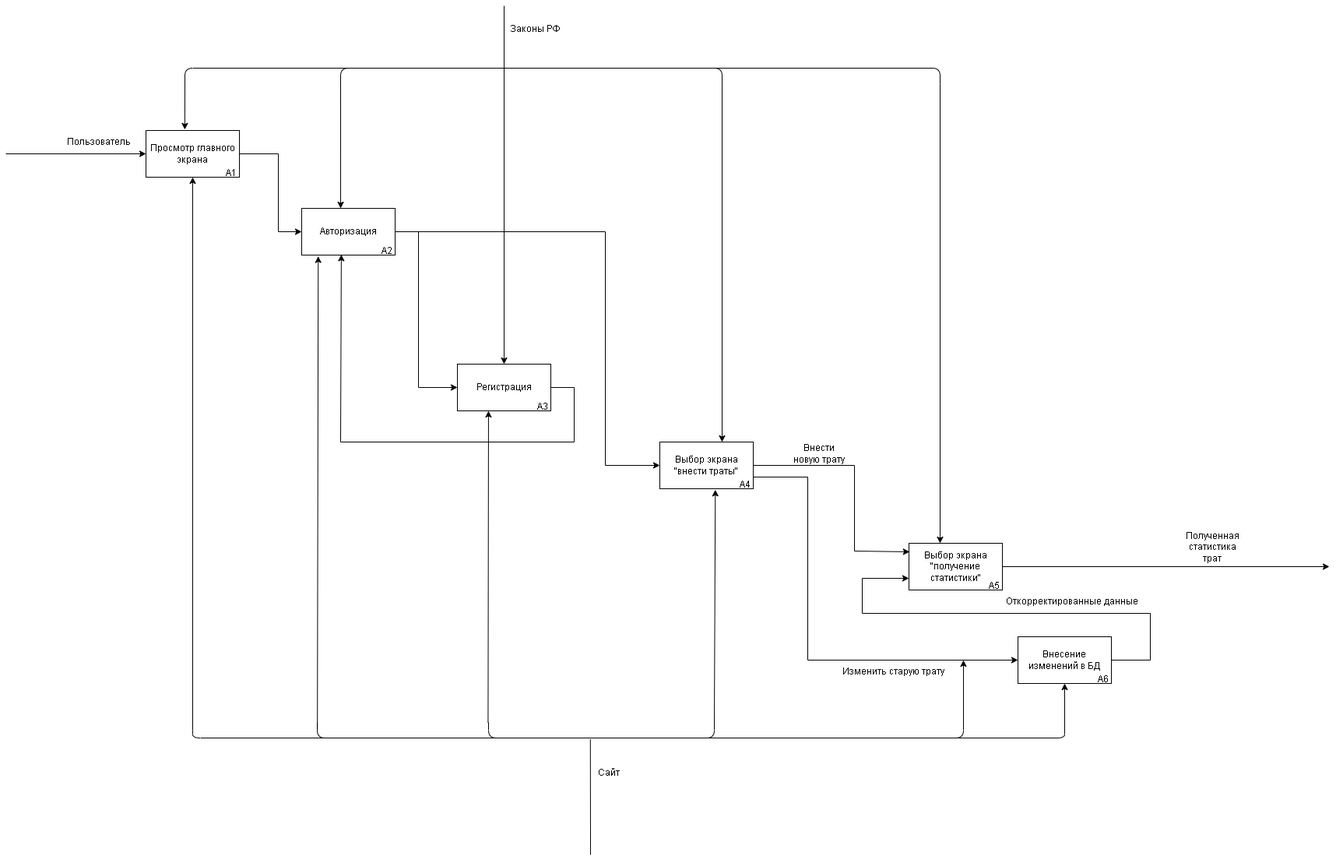
Above: documentation/diagrams/IDEF0_A0_1level.png in money-pie/moneypie (draw.io), before the change. Source tidied: cells renumbered, new cells last; positions are measured from the earlier drawing's top-left corner, leaving out a move shared by most shapes.
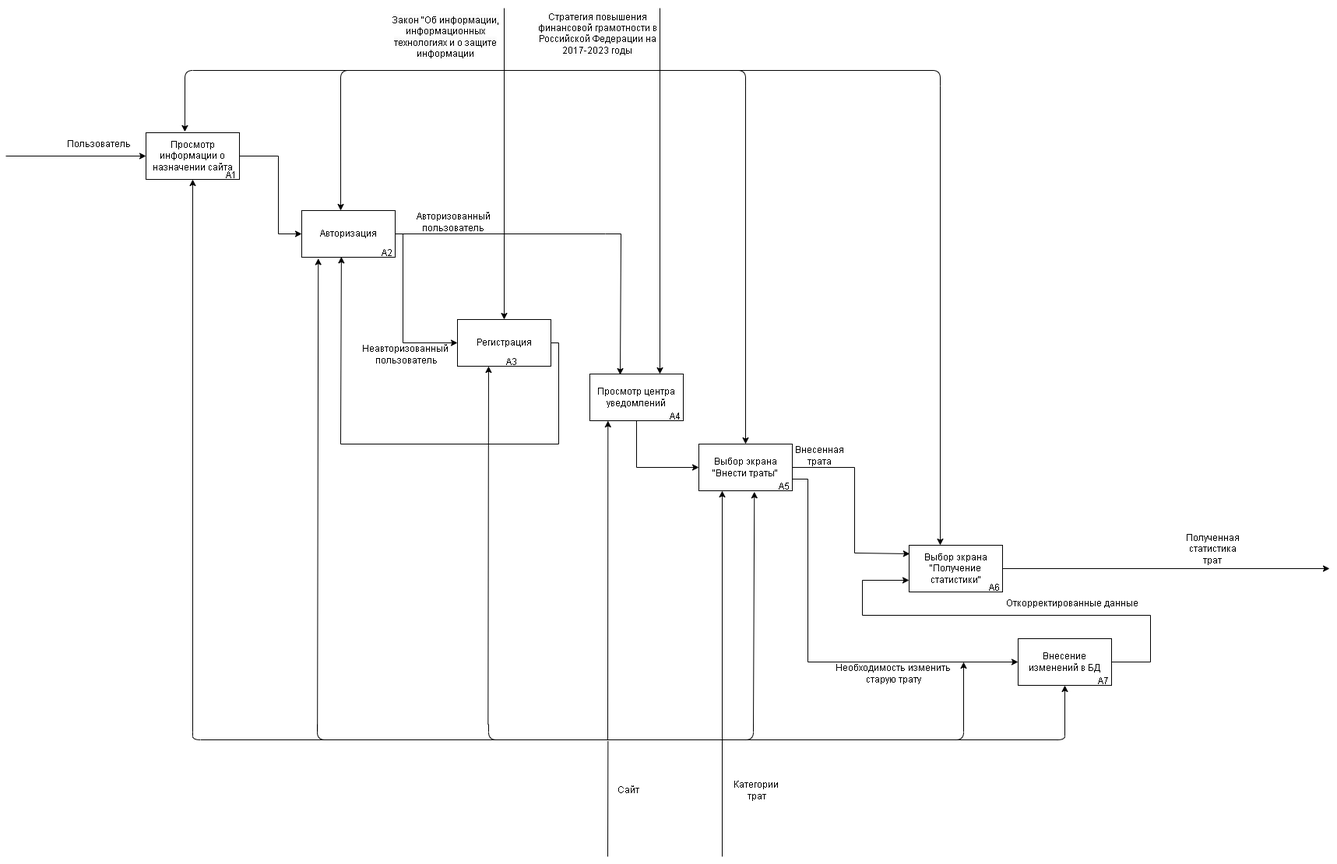
The same diagram one commit later.

Change to the diagram source:
```diff
@@ -2,22 +2,22 @@
   <root>
     <mxCell id="0" />
     <mxCell id="1" parent="0" />
-    <mxCell id="2" value="Просмотр главного экрана" style="rounded=0;whiteSpace=wrap;html=1;" parent="1" vertex="1">
+    <mxCell id="2" value="Просмотр информации о назначении сайта" style="rounded=0;whiteSpace=wrap;html=1;" parent="1" vertex="1">
       <mxGeometry x="180" y="160" width="120" height="60" as="geometry" />
     </mxCell>
     <mxCell id="3" value="Авторизация" style="rounded=0;whiteSpace=wrap;html=1;" parent="1" vertex="1">
       <mxGeometry x="380" y="260" width="120" height="60" as="geometry" />
     </mxCell>
     <mxCell id="4" value="Регистрация" style="rounded=0;whiteSpace=wrap;html=1;" parent="1" vertex="1">
-      <mxGeometry x="580" y="460" width="120" height="60" as="geometry" />
+      <mxGeometry x="580" y="400" width="120" height="60" as="geometry" />
     </mxCell>
-    <mxCell id="5" value="Выбор экрана &quot;внести траты&quot;" style="rounded=0;whiteSpace=wrap;html=1;" parent="1" vertex="1">
-      <mxGeometry x="840" y="560" width="120" height="60" as="geometry" />
+    <mxCell id="5" value="Выбор экрана &quot;Внести траты&quot;" style="rounded=0;whiteSpace=wrap;html=1;" parent="1" vertex="1">
+      <mxGeometry x="890" y="560" width="120" height="60" as="geometry" />
     </mxCell>
     <mxCell id="6" value="Внесение изменений в БД" style="rounded=0;whiteSpace=wrap;html=1;" parent="1" vertex="1">
       <mxGeometry x="1300" y="810" width="120" height="60" as="geometry" />
     </mxCell>
-    <mxCell id="7" value="Выбор экрана &quot;получение статистики&quot;" style="rounded=0;whiteSpace=wrap;html=1;" parent="1" vertex="1">
+    <mxCell id="7" value="Выбор экрана &quot;Получение статистики&quot;" style="rounded=0;whiteSpace=wrap;html=1;" parent="1" vertex="1">
       <mxGeometry x="1160" y="690" width="120" height="60" as="geometry" />
     </mxCell>
     <mxCell id="8" value="Полученная статистика трат" style="text;html=1;strokeColor=none;fillColor=none;align=center;verticalAlign=middle;whiteSpace=wrap;rounded=0;" parent="1" vertex="1">
@@ -42,16 +42,16 @@
     <mxCell id="12" style="endArrow=classic;html=1;rounded=0;exitX=1;exitY=0.5;exitDx=0;exitDy=0;entryX=0;entryY=0.5;entryDx=0;entryDy=0;" parent="1" edge="1" source="3" target="4">
       <mxGeometry relative="1" as="geometry">
         <Array as="points">
-          <mxPoint x="530" y="290" />
-          <mxPoint x="530" y="490" />
+          <mxPoint x="510" y="290" />
+          <mxPoint x="510" y="430" />
         </Array>
       </mxGeometry>
     </mxCell>
-    <mxCell id="13" style="endArrow=classic;html=1;rounded=0;exitX=1;exitY=0.5;exitDx=0;exitDy=0;entryX=0;entryY=0.5;entryDx=0;entryDy=0;" parent="1" edge="1" source="3" target="5">
+    <mxCell id="13" style="endArrow=classic;html=1;rounded=0;exitX=1;exitY=0.5;exitDx=0;exitDy=0;entryX=0.325;entryY=0.017;entryDx=0;entryDy=0;entryPerimeter=0;" parent="1" edge="1" source="3" target="51">
       <mxGeometry relative="1" as="geometry">
         <Array as="points">
           <mxPoint x="770" y="290" />
-          <mxPoint x="770" y="590" />
+          <mxPoint x="790" y="290" />
         </Array>
       </mxGeometry>
     </mxCell>
@@ -83,22 +83,19 @@
       <mxGeometry x="460" y="300" width="60" height="30" as="geometry" />
     </mxCell>
     <mxCell id="19" value="A3" style="text;html=1;strokeColor=none;fillColor=none;align=center;verticalAlign=middle;whiteSpace=wrap;rounded=0;" parent="1" vertex="1">
-      <mxGeometry x="660" y="500" width="60" height="30" as="geometry" />
+      <mxGeometry x="620" y="440" width="60" height="30" as="geometry" />
     </mxCell>
-    <mxCell id="20" value="A4" style="text;html=1;strokeColor=none;fillColor=none;align=center;verticalAlign=middle;whiteSpace=wrap;rounded=0;" parent="1" vertex="1">
-      <mxGeometry x="920" y="600" width="60" height="30" as="geometry" />
-    </mxCell>
     <mxCell id="21" value="A5" style="text;html=1;strokeColor=none;fillColor=none;align=center;verticalAlign=middle;whiteSpace=wrap;rounded=0;" parent="1" vertex="1">
-      <mxGeometry x="1240" y="730" width="60" height="30" as="geometry" />
+      <mxGeometry x="970" y="600" width="60" height="30" as="geometry" />
     </mxCell>
     <mxCell id="22" value="A6" style="text;html=1;strokeColor=none;fillColor=none;align=center;verticalAlign=middle;whiteSpace=wrap;rounded=0;" parent="1" vertex="1">
-      <mxGeometry x="1380" y="850" width="60" height="30" as="geometry" />
+      <mxGeometry x="1240" y="730" width="60" height="30" as="geometry" />
     </mxCell>
     <mxCell id="23" style="endArrow=classic;html=1;rounded=0;exitX=1;exitY=0.5;exitDx=0;exitDy=0;entryX=0.424;entryY=0.989;entryDx=0;entryDy=0;entryPerimeter=0;" parent="1" edge="1" source="4" target="3">
       <mxGeometry relative="1" as="geometry">
         <Array as="points">
-          <mxPoint x="730" y="490" />
-          <mxPoint x="730" y="560" />
+          <mxPoint x="710" y="430" />
+          <mxPoint x="710" y="560" />
           <mxPoint x="430" y="560" />
         </Array>
       </mxGeometry>
@@ -113,10 +110,10 @@
         </Array>
       </mxGeometry>
     </mxCell>
-    <mxCell id="25" value="Внести новую трату" style="text;html=1;strokeColor=none;fillColor=none;align=center;verticalAlign=middle;whiteSpace=wrap;rounded=0;" parent="1" vertex="1">
+    <mxCell id="25" value="Внесенная трата" style="text;html=1;strokeColor=none;fillColor=none;align=center;verticalAlign=middle;whiteSpace=wrap;rounded=0;" parent="1" vertex="1">
       <mxGeometry x="1010" y="560" width="70" height="30" as="geometry" />
     </mxCell>
-    <mxCell id="26" value="Изменить старую трату" style="text;html=1;strokeColor=none;fillColor=none;align=center;verticalAlign=middle;whiteSpace=wrap;rounded=0;" parent="1" vertex="1">
+    <mxCell id="26" value="Необходимость изменить старую трату" style="text;html=1;strokeColor=none;fillColor=none;align=center;verticalAlign=middle;whiteSpace=wrap;rounded=0;" parent="1" vertex="1">
       <mxGeometry x="1050" y="840" width="180" height="30" as="geometry" />
     </mxCell>
     <mxCell id="27" style="endArrow=classic;html=1;rounded=0;" parent="1" edge="1" target="4">
@@ -138,16 +135,14 @@
     <mxCell id="31" style="endArrow=classic;html=1;rounded=0;exitX=0.75;exitY=1;exitDx=0;exitDy=0;entryX=0.416;entryY=-0.019;entryDx=0;entryDy=0;entryPerimeter=0;" parent="1" edge="1" source="33" target="2">
       <mxGeometry relative="1" as="geometry" />
     </mxCell>
-    <mxCell id="32" style="endArrow=classic;html=1;rounded=0;exitX=0.979;exitY=1;exitDx=0;exitDy=0;exitPerimeter=0;" parent="1" edge="1" source="33">
-      <mxGeometry relative="1" as="geometry">
-        <mxPoint x="920" y="560" as="targetPoint" />
-      </mxGeometry>
+    <mxCell id="32" style="endArrow=classic;html=1;rounded=0;exitX=0.979;exitY=1;exitDx=0;exitDy=0;exitPerimeter=0;entryX=0.5;entryY=0;entryDx=0;entryDy=0;" parent="1" edge="1" source="33" target="5">
+      <mxGeometry relative="1" as="geometry" />
     </mxCell>
     <mxCell id="33" style="shape=curlyBracket;whiteSpace=wrap;html=1;rounded=1;flipH=1;labelPosition=right;verticalLabelPosition=middle;align=left;verticalAlign=middle;direction=south;size=0;" parent="1" vertex="1">
-      <mxGeometry x="230" y="80" width="690" height="20" as="geometry" />
+      <mxGeometry x="230" y="80" width="720" height="20" as="geometry" />
     </mxCell>
-    <mxCell id="34" value="Законы РФ" style="text;html=1;strokeColor=none;fillColor=none;align=center;verticalAlign=middle;whiteSpace=wrap;rounded=0;" parent="1" vertex="1">
-      <mxGeometry x="640" y="10" width="80" height="40" as="geometry" />
+    <mxCell id="34" value="&lt;br&gt;&lt;span style=&quot;color: rgb(0, 0, 0); font-family: Helvetica; font-size: 12px; font-style: normal; font-variant-ligatures: normal; font-variant-caps: normal; font-weight: 400; letter-spacing: normal; orphans: 2; text-align: center; text-indent: 0px; text-transform: none; widows: 2; word-spacing: 0px; -webkit-text-stroke-width: 0px; background-color: rgb(251, 251, 251); text-decoration-thickness: initial; text-decoration-style: initial; text-decoration-color: initial; float: none; display: inline !important;&quot;&gt;Закон &quot;Об информации, информационных технологиях и о защите информации&lt;/span&gt;&lt;br&gt;" style="text;html=1;strokeColor=none;fillColor=none;align=center;verticalAlign=middle;whiteSpace=wrap;rounded=0;" parent="1" vertex="1">
+      <mxGeometry x="495" y="-10" width="140" height="80" as="geometry" />
     </mxCell>
     <mxCell id="35" value="Откорректированные данные" style="text;html=1;strokeColor=none;fillColor=none;align=center;verticalAlign=middle;whiteSpace=wrap;rounded=0;" parent="1" vertex="1">
       <mxGeometry x="1280" y="750" width="180" height="30" as="geometry" />
@@ -159,7 +154,7 @@
       <mxGeometry x="240" y="930" width="1120" height="10" as="geometry" />
     </mxCell>
     <mxCell id="38" style="shape=curlyBracket;whiteSpace=wrap;html=1;rounded=1;flipH=1;labelPosition=right;verticalLabelPosition=middle;align=left;verticalAlign=middle;direction=north;size=0;" parent="1" vertex="1">
-      <mxGeometry x="620" y="920" width="290" height="20" as="geometry" />
+      <mxGeometry x="620" y="920" width="340" height="20" as="geometry" />
     </mxCell>
     <mxCell id="39" style="endArrow=classic;html=1;rounded=0;exitX=1;exitY=1;exitDx=0;exitDy=0;exitPerimeter=0;" parent="1" edge="1" source="37" target="2">
       <mxGeometry relative="1" as="geometry" />
@@ -181,11 +176,52 @@
     </mxCell>
     <mxCell id="45" style="endArrow=none;html=1;rounded=0;entryX=-0.074;entryY=0.549;entryDx=0;entryDy=0;entryPerimeter=0;" parent="1" edge="1" target="38">
       <mxGeometry relative="1" as="geometry">
-        <mxPoint x="751" y="1090" as="sourcePoint" />
+        <mxPoint x="773" y="1090" as="sourcePoint" />
       </mxGeometry>
     </mxCell>
     <mxCell id="46" value="Сайт" style="text;html=1;strokeColor=none;fillColor=none;align=center;verticalAlign=middle;whiteSpace=wrap;rounded=0;" parent="1" vertex="1">
-      <mxGeometry x="730" y="950" width="90" height="70" as="geometry" />
+      <mxGeometry x="755" y="970" width="90" height="70" as="geometry" />
     </mxCell>
+    <mxCell id="47" style="endArrow=classic;html=1;rounded=0;entryX=0.25;entryY=1;entryDx=0;entryDy=0;" parent="1" edge="1" target="5">
+      <mxGeometry relative="1" as="geometry">
+        <mxPoint x="920" y="1090" as="sourcePoint" />
+      </mxGeometry>
+    </mxCell>
+    <mxCell id="48" value="Категории&amp;nbsp;&lt;br&gt;трат" style="text;html=1;strokeColor=none;fillColor=none;align=center;verticalAlign=middle;whiteSpace=wrap;rounded=0;" parent="1" vertex="1">
+      <mxGeometry x="930" y="985" width="70" height="40" as="geometry" />
+    </mxCell>
+    <mxCell id="49" value="Авторизованный пользователь" style="text;html=1;strokeColor=none;fillColor=none;align=center;verticalAlign=middle;whiteSpace=wrap;rounded=0;" parent="1" vertex="1">
+      <mxGeometry x="515" y="260" width="120" height="30" as="geometry" />
+    </mxCell>
+    <mxCell id="50" value="Неавторизованный&amp;nbsp;&lt;br&gt;пользователь" style="text;html=1;strokeColor=none;fillColor=none;align=center;verticalAlign=middle;whiteSpace=wrap;rounded=0;" parent="1" vertex="1">
+      <mxGeometry x="490" y="430" width="50" height="30" as="geometry" />
+    </mxCell>
+    <mxCell id="51" value="Просмотр центра уведомлений" style="rounded=0;whiteSpace=wrap;html=1;" parent="1" vertex="1">
+      <mxGeometry x="750" y="470" width="120" height="60" as="geometry" />
+    </mxCell>
+    <mxCell id="52" style="endArrow=classic;html=1;rounded=0;entryX=0.75;entryY=0;entryDx=0;entryDy=0;" parent="1" edge="1" target="51">
+      <mxGeometry relative="1" as="geometry">
+        <mxPoint x="840" as="sourcePoint" />
+      </mxGeometry>
+    </mxCell>
+    <mxCell id="53" value="&#10;&lt;span style=&quot;color: rgb(0, 0, 0); font-family: Helvetica; font-size: 12px; font-style: normal; font-variant-ligatures: normal; font-variant-caps: normal; font-weight: 400; letter-spacing: normal; orphans: 2; text-align: center; text-indent: 0px; text-transform: none; widows: 2; word-spacing: 0px; -webkit-text-stroke-width: 0px; background-color: rgb(251, 251, 251); text-decoration-thickness: initial; text-decoration-style: initial; text-decoration-color: initial; float: none; display: inline !important;&quot;&gt;Стратегия повышения финансовой грамотности в Российской Федерации на 2017-2023 годы&lt;/span&gt;&#10;&#10;" style="text;html=1;strokeColor=none;fillColor=none;align=center;verticalAlign=middle;whiteSpace=wrap;rounded=0;" parent="1" vertex="1">
+      <mxGeometry x="680" width="160" height="80" as="geometry" />
+    </mxCell>
+    <mxCell id="54" style="endArrow=classic;html=1;rounded=0;entryX=0;entryY=0.5;entryDx=0;entryDy=0;exitX=0.5;exitY=1;exitDx=0;exitDy=0;" parent="1" edge="1" source="51" target="5">
+      <mxGeometry relative="1" as="geometry">
+        <Array as="points">
+          <mxPoint x="810" y="590" />
+        </Array>
+      </mxGeometry>
+    </mxCell>
+    <mxCell id="20" value="A4" style="text;html=1;strokeColor=none;fillColor=none;align=center;verticalAlign=middle;whiteSpace=wrap;rounded=0;" parent="1" vertex="1">
+      <mxGeometry x="830" y="510" width="60" height="30" as="geometry" />
+    </mxCell>
+    <mxCell id="55" value="A7" style="text;html=1;strokeColor=none;fillColor=none;align=center;verticalAlign=middle;whiteSpace=wrap;rounded=0;" parent="1" vertex="1">
+      <mxGeometry x="1380" y="850" width="60" height="30" as="geometry" />
+    </mxCell>
+    <mxCell id="56" style="endArrow=classic;html=1;rounded=0;exitX=0.025;exitY=0.55;exitDx=0;exitDy=0;exitPerimeter=0;entryX=0.194;entryY=1.001;entryDx=0;entryDy=0;entryPerimeter=0;" parent="1" edge="1" source="38" target="51">
+      <mxGeometry relative="1" as="geometry" />
+    </mxCell>
   </root>
 </mxGraphModel>
```
